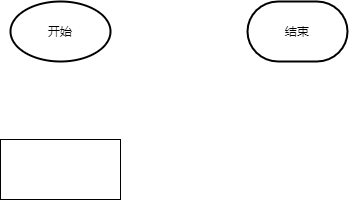
Earlier version of the draw.io export seagan-d.drawio.png (lakomi/pictures). Source tidied: cells renumbered, new cells last; positions are measured from the earlier drawing's top-left corner, leaving out a move shared by most shapes.
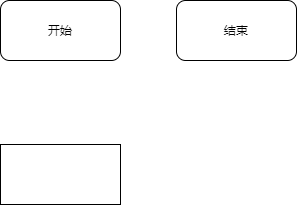
The same file after the commit.

Change to the diagram source:
```diff
@@ -5,11 +5,11 @@
     <mxCell id="2" style="rounded=0;whiteSpace=wrap;html=1;" parent="1" vertex="1">
       <mxGeometry y="138" width="120" height="60" as="geometry" />
     </mxCell>
-    <mxCell id="3" value="开始" style="strokeWidth=2;html=1;shape=mxgraph.flowchart.start_1;whiteSpace=wrap;" parent="1" vertex="1">
-      <mxGeometry x="10" width="100" height="60" as="geometry" />
+    <mxCell id="3" value="开始" style="rounded=1;whiteSpace=wrap;html=1;" parent="1" vertex="1">
+      <mxGeometry y="-6" width="120" height="60" as="geometry" />
     </mxCell>
-    <mxCell id="4" value="结束" style="strokeWidth=2;html=1;shape=mxgraph.flowchart.terminator;whiteSpace=wrap;" parent="1" vertex="1">
-      <mxGeometry x="247" width="100" height="60" as="geometry" />
+    <mxCell id="4" value="结束" style="rounded=1;whiteSpace=wrap;html=1;" parent="1" vertex="1">
+      <mxGeometry x="176" y="-6" width="120" height="60" as="geometry" />
     </mxCell>
   </root>
 </mxGraphModel>
```
